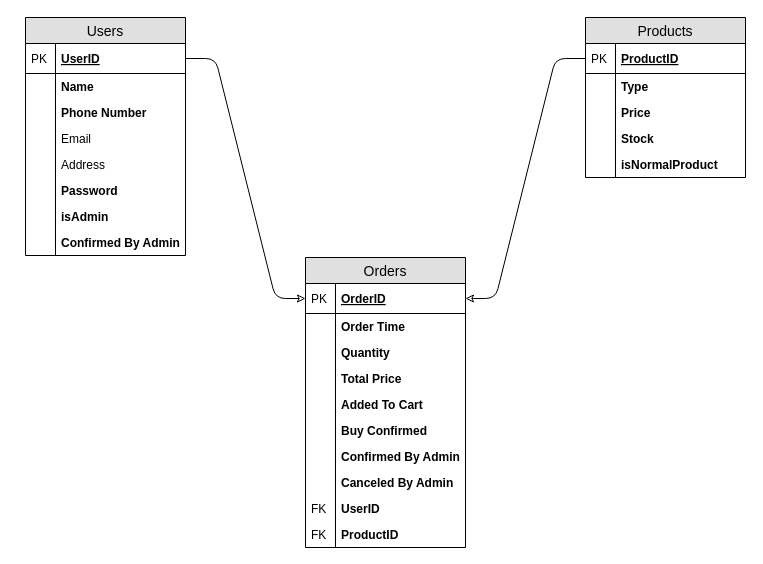
This is back-end/db/first-design.drawio from mamoussa405/Bhira_app_v1, a draw.io file, before an edit. Source tidied: cells renumbered, new cells numbered last; positions are measured from the earlier drawing's top-left corner, leaving out a move shared by most shapes. Both pictures are drawn from the tidied source at 100%, with x=0, y=0 at pixel (25, 17).
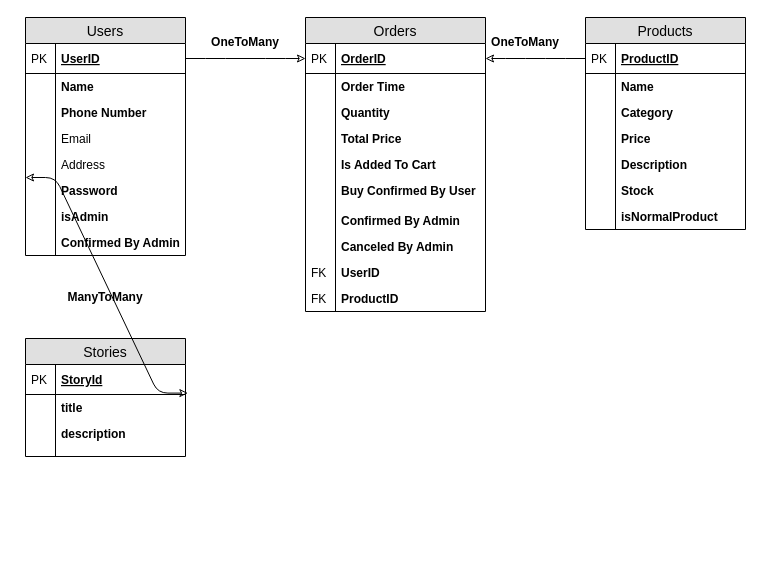
After the change.

Commit message:
Added the sotry entity, and the relation between it and the user entity.

The change refers to these unchanged cells:
```xml
<mxCell id="13" value="Password" style="shape=partialRectangle;top=0;left=0;right=0;bottom=0;align=left;verticalAlign=top;fillColor=none;spacingLeft=34;spacingRight=4;overflow=hidden;points=[[0,0.5],[1,0.5]];portConstraint=eastwest;fontSize=12;fontStyle=1;" parent="2" vertex="1">
  <mxGeometry y="160" width="160" height="26" as="geometry" />
</mxCell>
```

Diff of the diagram source:
```diff
@@
     <mxCell id="19" value="Products" style="swimlane;fontStyle=0;horizontal=1;startSize=26;fillColor=#e0e0e0;swimlaneFillColor=#ffffff;align=center;fontSize=14;" parent="1" vertex="1">
-      <mxGeometry x="560" width="160" height="160" as="geometry" />
+      <mxGeometry x="560" width="160" height="212" as="geometry" />
     </mxCell>
@@
-    <mxCell id="22" value="Type" style="shape=partialRectangle;top=0;left=0;right=0;bottom=0;align=left;verticalAlign=top;fillColor=none;spacingLeft=34;spacingRight=4;overflow=hidden;fontSize=12;fontStyle=1;" parent="19" vertex="1">
+    <mxCell id="22" value="Name" style="shape=partialRectangle;top=0;left=0;right=0;bottom=0;align=left;verticalAlign=top;fillColor=none;spacingLeft=34;spacingRight=4;overflow=hidden;fontSize=12;fontStyle=1;" parent="19" vertex="1">
       <mxGeometry y="56" width="160" height="26" as="geometry" />
     </mxCell>
@@
+    <mxCell id="53" value="Category" style="shape=partialRectangle;top=0;left=0;right=0;bottom=0;align=left;verticalAlign=top;fillColor=none;spacingLeft=34;spacingRight=4;overflow=hidden;fontSize=12;fontStyle=1;" parent="19" vertex="1">
+      <mxGeometry y="82" width="160" height="26" as="geometry" />
+    </mxCell>
+    <mxCell id="54" style="shape=partialRectangle;top=0;left=0;bottom=0;fillColor=none;align=left;verticalAlign=top;spacingLeft=4;spacingRight=4;overflow=hidden;fontSize=12;" parent="53" vertex="1">
+      <mxGeometry width="30" height="26" as="geometry" />
+    </mxCell>
     <mxCell id="24" value="Price" style="shape=partialRectangle;top=0;left=0;right=0;bottom=0;align=left;verticalAlign=top;fillColor=none;spacingLeft=34;spacingRight=4;overflow=hidden;fontSize=12;fontStyle=1;" parent="19" vertex="1">
-      <mxGeometry y="82" width="160" height="26" as="geometry" />
+      <mxGeometry y="108" width="160" height="26" as="geometry" />
     </mxCell>
@@
+    <mxCell id="55" value="Description" style="shape=partialRectangle;top=0;left=0;right=0;bottom=0;align=left;verticalAlign=top;fillColor=none;spacingLeft=34;spacingRight=4;overflow=hidden;fontSize=12;fontStyle=1;" parent="19" vertex="1">
+      <mxGeometry y="134" width="160" height="26" as="geometry" />
+    </mxCell>
+    <mxCell id="56" style="shape=partialRectangle;top=0;left=0;bottom=0;fillColor=none;align=left;verticalAlign=top;spacingLeft=4;spacingRight=4;overflow=hidden;fontSize=12;" parent="55" vertex="1">
+      <mxGeometry width="30" height="26" as="geometry" />
+    </mxCell>
     <mxCell id="26" value="Stock" style="shape=partialRectangle;top=0;left=0;right=0;bottom=0;align=left;verticalAlign=top;fillColor=none;spacingLeft=34;spacingRight=4;overflow=hidden;fontSize=12;fontStyle=1;" parent="19" vertex="1">
-      <mxGeometry y="108" width="160" height="26" as="geometry" />
+      <mxGeometry y="160" width="160" height="26" as="geometry" />
     </mxCell>
@@
     <mxCell id="28" value="isNormalProduct" style="shape=partialRectangle;top=0;left=0;right=0;bottom=0;align=left;verticalAlign=top;fillColor=none;spacingLeft=34;spacingRight=4;overflow=hidden;fontSize=12;fontStyle=1;" parent="19" vertex="1">
-      <mxGeometry y="134" width="160" height="26" as="geometry" />
+      <mxGeometry y="186" width="160" height="26" as="geometry" />
     </mxCell>
@@
     <mxCell id="30" value="Orders" style="swimlane;fontStyle=0;horizontal=1;startSize=26;fillColor=#e0e0e0;swimlaneFillColor=#ffffff;align=center;fontSize=14;" parent="1" vertex="1">
-      <mxGeometry x="280" y="240" width="160" height="290" as="geometry" />
+      <mxGeometry x="280" width="180" height="294" as="geometry" />
     </mxCell>
     <mxCell id="31" value="OrderID" style="shape=partialRectangle;top=0;left=0;right=0;bottom=1;align=left;verticalAlign=middle;fillColor=none;spacingLeft=34;spacingRight=4;overflow=hidden;points=[[0,0.5],[1,0.5]];portConstraint=eastwest;fontStyle=5;fontSize=12;" parent="30" vertex="1">
-      <mxGeometry y="26" width="160" height="30" as="geometry" />
+      <mxGeometry y="26" width="180" height="30" as="geometry" />
     </mxCell>
@@
     <mxCell id="33" value="Order Time" style="shape=partialRectangle;top=0;left=0;right=0;bottom=0;align=left;verticalAlign=top;fillColor=none;spacingLeft=34;spacingRight=4;overflow=hidden;fontSize=12;fontStyle=1;" parent="30" vertex="1">
-      <mxGeometry y="56" width="160" height="26" as="geometry" />
+      <mxGeometry y="56" width="180" height="26" as="geometry" />
     </mxCell>
@@
     <mxCell id="35" value="Quantity" style="shape=partialRectangle;top=0;left=0;right=0;bottom=0;align=left;verticalAlign=top;fillColor=none;spacingLeft=34;spacingRight=4;overflow=hidden;fontSize=12;fontStyle=1;" parent="30" vertex="1">
-      <mxGeometry y="82" width="160" height="26" as="geometry" />
+      <mxGeometry y="82" width="180" height="26" as="geometry" />
     </mxCell>
@@
     <mxCell id="37" value="Total Price" style="shape=partialRectangle;top=0;left=0;right=0;bottom=0;align=left;verticalAlign=top;fillColor=none;spacingLeft=34;spacingRight=4;overflow=hidden;fontSize=12;fontStyle=1;" parent="30" vertex="1">
-      <mxGeometry y="108" width="160" height="26" as="geometry" />
+      <mxGeometry y="108" width="180" height="26" as="geometry" />
     </mxCell>
@@
-    <mxCell id="39" value="Added To Cart" style="shape=partialRectangle;top=0;left=0;right=0;bottom=0;align=left;verticalAlign=top;fillColor=none;spacingLeft=34;spacingRight=4;overflow=hidden;fontSize=12;fontStyle=1;" parent="30" vertex="1">
-      <mxGeometry y="134" width="160" height="26" as="geometry" />
+    <mxCell id="39" value="Is Added To Cart" style="shape=partialRectangle;top=0;left=0;right=0;bottom=0;align=left;verticalAlign=top;fillColor=none;spacingLeft=34;spacingRight=4;overflow=hidden;fontSize=12;fontStyle=1;" parent="30" vertex="1">
+      <mxGeometry y="134" width="180" height="26" as="geometry" />
     </mxCell>
@@
-    <mxCell id="41" value="Buy Confirmed" style="shape=partialRectangle;top=0;left=0;right=0;bottom=0;align=left;verticalAlign=top;fillColor=none;spacingLeft=34;spacingRight=4;overflow=hidden;fontSize=12;fontStyle=1;" parent="30" vertex="1">
-      <mxGeometry y="160" width="160" height="26" as="geometry" />
+    <mxCell id="41" value="Buy Confirmed By User" style="shape=partialRectangle;top=0;left=0;right=0;bottom=0;align=left;verticalAlign=top;fillColor=none;spacingLeft=34;spacingRight=4;overflow=hidden;fontSize=12;fontStyle=1;" parent="30" vertex="1">
+      <mxGeometry y="160" width="180" height="30" as="geometry" />
     </mxCell>
     <mxCell id="42" style="shape=partialRectangle;top=0;left=0;bottom=0;fillColor=none;align=left;verticalAlign=top;spacingLeft=4;spacingRight=4;overflow=hidden;fontSize=12;" parent="41" vertex="1">
-      <mxGeometry width="30" height="26" as="geometry" />
+      <mxGeometry width="30" height="30" as="geometry" />
     </mxCell>
     <mxCell id="43" value="Confirmed By Admin" style="shape=partialRectangle;top=0;left=0;right=0;bottom=0;align=left;verticalAlign=top;fillColor=none;spacingLeft=34;spacingRight=4;overflow=hidden;fontSize=12;fontStyle=1;" parent="30" vertex="1">
-      <mxGeometry y="186" width="160" height="26" as="geometry" />
+      <mxGeometry y="190" width="180" height="26" as="geometry" />
     </mxCell>
@@
     <mxCell id="45" value="Canceled By Admin" style="shape=partialRectangle;top=0;left=0;right=0;bottom=0;align=left;verticalAlign=top;fillColor=none;spacingLeft=34;spacingRight=4;overflow=hidden;fontSize=12;fontStyle=1;" parent="30" vertex="1">
-      <mxGeometry y="212" width="160" height="26" as="geometry" />
+      <mxGeometry y="216" width="180" height="26" as="geometry" />
     </mxCell>
@@
     <mxCell id="47" value="UserID" style="shape=partialRectangle;top=0;left=0;right=0;bottom=0;align=left;verticalAlign=top;fillColor=none;spacingLeft=34;spacingRight=4;overflow=hidden;fontSize=12;fontStyle=1;" parent="30" vertex="1">
-      <mxGeometry y="238" width="160" height="26" as="geometry" />
+      <mxGeometry y="242" width="180" height="26" as="geometry" />
     </mxCell>
@@
     <mxCell id="49" value="ProductID" style="shape=partialRectangle;top=0;left=0;right=0;bottom=0;align=left;verticalAlign=top;fillColor=none;spacingLeft=34;spacingRight=4;overflow=hidden;fontSize=12;fontStyle=1;" parent="30" vertex="1">
-      <mxGeometry y="264" width="160" height="26" as="geometry" />
+      <mxGeometry y="268" width="180" height="26" as="geometry" />
     </mxCell>
@@
+    <mxCell id="57" value="Stories" style="swimlane;fontStyle=0;horizontal=1;startSize=26;fillColor=#e0e0e0;swimlaneFillColor=#ffffff;align=center;fontSize=14;" parent="1" vertex="1">
+      <mxGeometry y="321" width="160" height="118" as="geometry" />
+    </mxCell>
+    <mxCell id="58" value="StoryId" style="shape=partialRectangle;top=0;left=0;right=0;bottom=1;align=left;verticalAlign=middle;fillColor=none;spacingLeft=34;spacingRight=4;overflow=hidden;fontStyle=5;fontSize=12;" parent="57" vertex="1">
+      <mxGeometry y="26" width="160" height="30" as="geometry" />
+    </mxCell>
+    <mxCell id="59" value="PK" style="shape=partialRectangle;top=0;left=0;bottom=0;fillColor=none;align=left;verticalAlign=middle;spacingLeft=4;spacingRight=4;overflow=hidden;fontSize=12;" parent="58" vertex="1">
+      <mxGeometry width="30" height="30" as="geometry" />
+    </mxCell>
+    <mxCell id="60" value="title" style="shape=partialRectangle;top=0;left=0;right=0;bottom=0;align=left;verticalAlign=top;fillColor=none;spacingLeft=34;spacingRight=4;overflow=hidden;points=[[0,0.5],[1,0.5]];portConstraint=eastwest;fontSize=12;fontStyle=1;" parent="57" vertex="1">
+      <mxGeometry y="56" width="160" height="26" as="geometry" />
+    </mxCell>
+    <mxCell id="61" style="shape=partialRectangle;top=0;left=0;bottom=0;fillColor=none;align=left;verticalAlign=top;spacingLeft=4;spacingRight=4;overflow=hidden;fontSize=12;" parent="60" vertex="1">
+      <mxGeometry width="30" height="26" as="geometry" />
+    </mxCell>
+    <mxCell id="62" value="description" style="shape=partialRectangle;top=0;left=0;right=0;bottom=0;align=left;verticalAlign=top;fillColor=none;spacingLeft=34;spacingRight=4;overflow=hidden;fontSize=12;fontStyle=1;" parent="57" vertex="1">
+      <mxGeometry y="82" width="160" height="26" as="geometry" />
+    </mxCell>
+    <mxCell id="63" style="shape=partialRectangle;top=0;left=0;bottom=0;fillColor=none;align=left;verticalAlign=top;spacingLeft=4;spacingRight=4;overflow=hidden;fontSize=12;" parent="62" vertex="1">
+      <mxGeometry width="30" height="26" as="geometry" />
+    </mxCell>
+    <mxCell id="64" style="shape=partialRectangle;top=0;left=0;right=0;bottom=0;align=left;verticalAlign=top;fillColor=none;spacingLeft=34;spacingRight=4;overflow=hidden;fontSize=12;" parent="57" vertex="1">
+      <mxGeometry y="108" width="160" height="10" as="geometry" />
+    </mxCell>
+    <mxCell id="65" style="shape=partialRectangle;top=0;left=0;bottom=0;fillColor=none;align=left;verticalAlign=top;spacingLeft=4;spacingRight=4;overflow=hidden;fontSize=12;" parent="64" vertex="1">
+      <mxGeometry width="30" height="10" as="geometry" />
+    </mxCell>
+    <mxCell id="66" style="edgeStyle=entityRelationEdgeStyle;fontSize=12;html=1;endArrow=classic;startArrow=classic;exitX=1.015;exitY=-0.054;exitDx=0;exitDy=0;exitPerimeter=0;entryX=0;entryY=0;entryDx=0;entryDy=0;entryPerimeter=0;startFill=0;endFill=0;" parent="1" edge="1" source="60" target="13">
+      <mxGeometry relative="1" as="geometry" />
+    </mxCell>
+    <mxCell id="67" value="OneToMany" style="text;html=1;strokeColor=none;fillColor=none;align=center;verticalAlign=middle;whiteSpace=wrap;rounded=0;fontStyle=1;" parent="1" vertex="1">
+      <mxGeometry x="175" y="10" width="90" height="30" as="geometry" />
+    </mxCell>
+    <mxCell id="68" value="OneToMany" style="text;html=1;strokeColor=none;fillColor=none;align=center;verticalAlign=middle;whiteSpace=wrap;rounded=0;fontStyle=1;" parent="1" vertex="1">
+      <mxGeometry x="455" y="10" width="90" height="30" as="geometry" />
+    </mxCell>
+    <mxCell id="69" value="ManyToMany" style="text;html=1;strokeColor=none;fillColor=none;align=center;verticalAlign=middle;whiteSpace=wrap;rounded=0;fontStyle=1;" parent="1" vertex="1">
+      <mxGeometry x="35" y="264.5" width="90" height="30" as="geometry" />
+    </mxCell>
```
